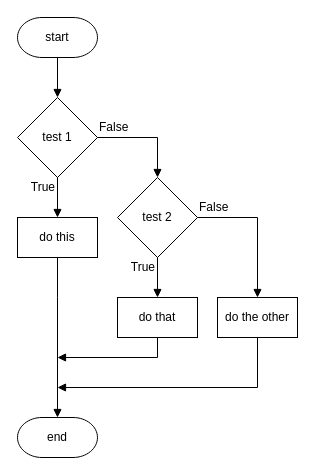
Before: page "fc elif-2" (6 of 15) of n5-cs/sdd/assets/N5 SDD.drawio in MrFriendCS/MrFriendCS.github.io, a draw.io diagram. Source tidied: cells renumbered, new cells numbered last; positions are measured from the earlier drawing's top-left corner, leaving out a move shared by most shapes. Both pictures are drawn from the tidied source at 100%, with x=0, y=0 at pixel (17, 17).
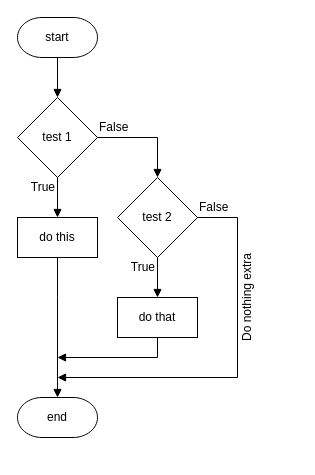
The same page after the edit.

The change refers to these unchanged cells:
```xml
<mxCell id="15" value="test 2" style="rhombus;whiteSpace=wrap;html=1;fillColor=none;" parent="1" vertex="1">
  <mxGeometry x="100" y="160" width="80" height="80" as="geometry" />
</mxCell>
```

Change to the diagram source:
```diff
@@
     <mxCell id="5" value="end" style="strokeWidth=1;html=1;shape=mxgraph.flowchart.terminator;whiteSpace=wrap;fillColor=none;" parent="1" vertex="1">
-      <mxGeometry y="400" width="80" height="40" as="geometry" />
+      <mxGeometry y="380" width="80" height="40" as="geometry" />
     </mxCell>
@@
-    <mxCell id="14" style="edgeStyle=orthogonalEdgeStyle;rounded=0;jettySize=auto;html=1;exitX=1;exitY=0.5;exitDx=0;exitDy=0;entryX=0.5;entryY=0;entryDx=0;entryDy=0;endArrow=block;endFill=1;" parent="1" edge="1" source="15" target="20">
-      <mxGeometry relative="1" as="geometry" />
+    <mxCell id="14" style="edgeStyle=orthogonalEdgeStyle;rounded=0;jettySize=auto;html=1;exitX=1;exitY=0.5;exitDx=0;exitDy=0;endArrow=block;endFill=1;" parent="1" edge="1" source="15">
+      <mxGeometry relative="1" as="geometry">
+        <mxPoint x="40" y="360" as="targetPoint" />
+        <Array as="points">
+          <mxPoint x="220" y="200" />
+          <mxPoint x="220" y="360" />
+        </Array>
+      </mxGeometry>
     </mxCell>
@@
-    <mxCell id="19" style="edgeStyle=orthogonalEdgeStyle;shape=connector;rounded=0;jettySize=auto;html=1;exitX=0.5;exitY=1;exitDx=0;exitDy=0;strokeColor=default;align=center;verticalAlign=middle;fontFamily=Helvetica;fontSize=11;fontColor=default;labelBackgroundColor=default;endArrow=block;endFill=1;" parent="1" edge="1" source="20">
-      <mxGeometry relative="1" as="geometry">
-        <mxPoint x="40" y="370" as="targetPoint" />
-        <Array as="points">
-          <mxPoint x="240" y="370" />
-        </Array>
-      </mxGeometry>
-    </mxCell>
-    <mxCell id="20" value="do the other" style="rounded=0;whiteSpace=wrap;html=1;fillColor=none;" parent="1" vertex="1">
-      <mxGeometry x="200" y="280" width="80" height="40" as="geometry" />
-    </mxCell>
+    <mxCell id="21" value="Do nothing extra" style="text;html=1;align=center;verticalAlign=middle;whiteSpace=wrap;rounded=0;rotation=270;direction=west;" parent="1" vertex="1">
+      <mxGeometry x="180" y="270" width="100" height="20" as="geometry" />
+    </mxCell>
```
